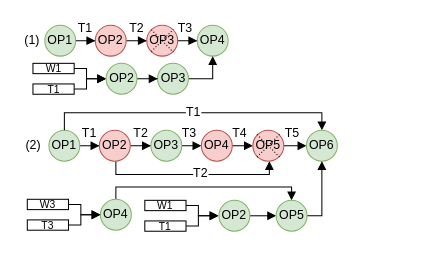
Above: fig/recovery.drawio in icszhr/NCheck (draw.io), before the change. Source tidied: cells renumbered, new cells numbered last; positions are measured from the earlier drawing's top-left corner, leaving out a move shared by most shapes. Both pictures are drawn from the tidied source at 103%, with x=0, y=0 at pixel (18, 18).
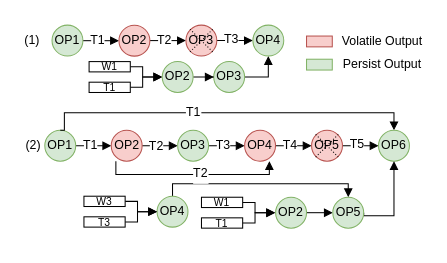
After the change.

Diff of the diagram source:
```diff
@@
-    <mxCell id="2" style="edgeStyle=orthogonalEdgeStyle;rounded=0;jettySize=auto;html=1;entryX=0;entryY=0.5;entryDx=0;entryDy=0;endArrow=block;endFill=1;" parent="1" edge="1" source="3" target="5">
-      <mxGeometry relative="1" as="geometry" />
-    </mxCell>
-    <mxCell id="3" value="OP1" style="ellipse;whiteSpace=wrap;html=1;fillColor=#d5e8d4;strokeColor=#82b366;" parent="1" vertex="1">
-      <mxGeometry x="26" y="7" width="30" height="30" as="geometry" />
-    </mxCell>
-    <mxCell id="4" style="edgeStyle=orthogonalEdgeStyle;rounded=0;jettySize=auto;html=1;entryX=0;entryY=0.5;entryDx=0;entryDy=0;endArrow=block;endFill=1;" parent="1" edge="1" source="5" target="7">
-      <mxGeometry relative="1" as="geometry" />
-    </mxCell>
-    <mxCell id="5" value="OP2" style="ellipse;whiteSpace=wrap;html=1;fillColor=#f8cecc;strokeColor=#b85450;" parent="1" vertex="1">
-      <mxGeometry x="75" y="7" width="30" height="30" as="geometry" />
-    </mxCell>
-    <mxCell id="6" style="edgeStyle=orthogonalEdgeStyle;rounded=0;jettySize=auto;html=1;entryX=0;entryY=0.5;entryDx=0;entryDy=0;endArrow=block;endFill=1;" parent="1" edge="1" source="7" target="8">
-      <mxGeometry relative="1" as="geometry" />
-    </mxCell>
-    <mxCell id="7" value="OP3" style="ellipse;whiteSpace=wrap;html=1;fillColor=#f8cecc;strokeColor=#b85450;" parent="1" vertex="1">
-      <mxGeometry x="125" y="7" width="30" height="30" as="geometry" />
-    </mxCell>
-    <mxCell id="8" value="OP4" style="ellipse;whiteSpace=wrap;html=1;fillColor=#d5e8d4;strokeColor=#82b366;" parent="1" vertex="1">
-      <mxGeometry x="174" y="7" width="30" height="30" as="geometry" />
-    </mxCell>
@@
     <mxCell id="10" value="OP3" style="ellipse;whiteSpace=wrap;html=1;fillColor=#d5e8d4;strokeColor=#82b366;" parent="1" vertex="1">
-      <mxGeometry x="135.5" y="44" width="30" height="30" as="geometry" />
+      <mxGeometry x="190" y="42.3" width="30" height="30" as="geometry" />
     </mxCell>
-    <mxCell id="11" style="rounded=0;orthogonalLoop=1;jettySize=auto;html=1;exitX=0;exitY=0;exitDx=0;exitDy=0;entryX=0.86;entryY=0.868;entryDx=0;entryDy=0;strokeWidth=1;dashed=1;endArrow=none;endFill=0;dashPattern=1 2;entryPerimeter=0;" parent="1" edge="1" source="7" target="7">
-      <mxGeometry relative="1" as="geometry" />
-    </mxCell>
-    <mxCell id="12" style="rounded=0;orthogonalLoop=1;jettySize=auto;html=1;exitX=0;exitY=1;exitDx=0;exitDy=0;entryX=0.859;entryY=0.132;entryDx=0;entryDy=0;dashed=1;endArrow=none;endFill=0;dashPattern=1 2;entryPerimeter=0;" parent="1" edge="1" source="7" target="7">
-      <mxGeometry relative="1" as="geometry" />
-    </mxCell>
-    <mxCell id="13" value="T1" style="text;html=1;align=center;verticalAlign=middle;whiteSpace=wrap;rounded=0;" parent="1" vertex="1">
-      <mxGeometry x="50" width="31" height="20" as="geometry" />
-    </mxCell>
-    <mxCell id="14" value="T2" style="text;html=1;align=center;verticalAlign=middle;whiteSpace=wrap;rounded=0;" parent="1" vertex="1">
-      <mxGeometry x="100" width="31" height="20" as="geometry" />
-    </mxCell>
-    <mxCell id="15" value="T3" style="text;html=1;align=center;verticalAlign=middle;whiteSpace=wrap;rounded=0;" parent="1" vertex="1">
-      <mxGeometry x="147" width="31" height="20" as="geometry" />
-    </mxCell>
     <mxCell id="16" style="edgeStyle=orthogonalEdgeStyle;rounded=0;jettySize=auto;html=1;entryX=0;entryY=0.5;entryDx=0;entryDy=0;endArrow=block;endFill=1;" parent="1" edge="1" source="17">
       <mxGeometry relative="1" as="geometry">
-        <mxPoint x="85.5" y="59" as="targetPoint" />
+        <mxPoint x="140" y="57.3" as="targetPoint" />
         <Array as="points">
-          <mxPoint x="66.5" y="49" />
-          <mxPoint x="66.5" y="59" />
+          <mxPoint x="121" y="47.3" />
+          <mxPoint x="121" y="57.3" />
         </Array>
       </mxGeometry>
     </mxCell>
     <mxCell id="17" value="&lt;p style=&quot;line-height: 100%;&quot;&gt;&lt;font style=&quot;font-size: 10px;&quot;&gt;W1&lt;/font&gt;&lt;/p&gt;" style="rounded=0;whiteSpace=wrap;html=1;align=center;" parent="1" vertex="1">
-      <mxGeometry x="14.5" y="44" width="40" height="10" as="geometry" />
+      <mxGeometry x="69" y="42.3" width="40" height="10" as="geometry" />
     </mxCell>
     <mxCell id="18" style="edgeStyle=orthogonalEdgeStyle;rounded=0;jettySize=auto;html=1;entryX=0;entryY=0.5;entryDx=0;entryDy=0;endArrow=block;endFill=1;" parent="1" edge="1" source="19">
       <mxGeometry relative="1" as="geometry">
-        <mxPoint x="85.5" y="59" as="targetPoint" />
+        <mxPoint x="140" y="57.3" as="targetPoint" />
         <Array as="points">
-          <mxPoint x="66.5" y="69" />
-          <mxPoint x="66.5" y="59" />
+          <mxPoint x="121" y="67.3" />
+          <mxPoint x="121" y="57.3" />
         </Array>
       </mxGeometry>
     </mxCell>
     <mxCell id="19" value="&lt;p style=&quot;line-height: 100%;&quot;&gt;&lt;font style=&quot;font-size: 10px;&quot;&gt;T1&lt;/font&gt;&lt;/p&gt;" style="rounded=0;whiteSpace=wrap;html=1;" parent="1" vertex="1">
-      <mxGeometry x="14.5" y="64" width="40" height="10" as="geometry" />
+      <mxGeometry x="69" y="62.3" width="40" height="10" as="geometry" />
     </mxCell>
@@
     <mxCell id="21" value="OP1" style="ellipse;whiteSpace=wrap;html=1;fillColor=#d5e8d4;strokeColor=#82b366;" parent="1" vertex="1">
-      <mxGeometry x="30" y="109" width="30" height="30" as="geometry" />
+      <mxGeometry x="26" y="109" width="30" height="30" as="geometry" />
     </mxCell>
@@
     <mxCell id="24" value="OP2" style="ellipse;whiteSpace=wrap;html=1;fillColor=#f8cecc;strokeColor=#b85450;" parent="1" vertex="1">
-      <mxGeometry x="79" y="109" width="30" height="30" as="geometry" />
+      <mxGeometry x="90.5" y="109" width="30" height="30" as="geometry" />
     </mxCell>
@@
     <mxCell id="26" style="edgeStyle=orthogonalEdgeStyle;rounded=0;jettySize=auto;html=1;entryX=0.5;entryY=0;entryDx=0;entryDy=0;exitX=0.5;exitY=0;exitDx=0;exitDy=0;endArrow=block;endFill=1;" parent="1" edge="1" source="21" target="48">
       <mxGeometry relative="1" as="geometry">
         <Array as="points">
           <mxPoint x="45" y="92" />
-          <mxPoint x="295" y="92" />
+          <mxPoint x="365" y="92" />
         </Array>
       </mxGeometry>
     </mxCell>
     <mxCell id="27" value="OP3" style="ellipse;whiteSpace=wrap;html=1;fillColor=#d5e8d4;strokeColor=#82b366;" parent="1" vertex="1">
-      <mxGeometry x="129" y="109" width="30" height="30" as="geometry" />
+      <mxGeometry x="155" y="109" width="30" height="30" as="geometry" />
     </mxCell>
@@
     <mxCell id="29" value="OP4" style="ellipse;whiteSpace=wrap;html=1;fillColor=#f8cecc;strokeColor=#b85450;" parent="1" vertex="1">
-      <mxGeometry x="178" y="109" width="30" height="30" as="geometry" />
+      <mxGeometry x="220" y="109" width="30" height="30" as="geometry" />
     </mxCell>
     <mxCell id="30" style="edgeStyle=orthogonalEdgeStyle;rounded=0;jettySize=auto;html=1;entryX=0.5;entryY=0;entryDx=0;entryDy=0;endArrow=block;endFill=1;exitX=0.5;exitY=0;exitDx=0;exitDy=0;" parent="1" edge="1" source="31" target="59">
       <mxGeometry relative="1" as="geometry">
         <Array as="points">
-          <mxPoint x="95" y="164" />
-          <mxPoint x="266" y="164" />
+          <mxPoint x="150" y="161" />
+          <mxPoint x="321" y="161" />
         </Array>
       </mxGeometry>
     </mxCell>
     <mxCell id="31" value="OP4" style="ellipse;whiteSpace=wrap;html=1;fillColor=#d5e8d4;strokeColor=#82b366;" parent="1" vertex="1">
-      <mxGeometry x="80" y="176" width="30" height="30" as="geometry" />
+      <mxGeometry x="135" y="173" width="30" height="30" as="geometry" />
     </mxCell>
-    <mxCell id="32" value="T1" style="text;html=1;align=center;verticalAlign=middle;whiteSpace=wrap;rounded=0;" parent="1" vertex="1">
-      <mxGeometry x="54" y="102" width="31" height="20" as="geometry" />
-    </mxCell>
-    <mxCell id="33" value="T2" style="text;html=1;align=center;verticalAlign=middle;whiteSpace=wrap;rounded=0;" parent="1" vertex="1">
-      <mxGeometry x="104" y="102" width="31" height="20" as="geometry" />
-    </mxCell>
-    <mxCell id="34" value="T3" style="text;html=1;align=center;verticalAlign=middle;whiteSpace=wrap;rounded=0;" parent="1" vertex="1">
-      <mxGeometry x="151" y="102" width="31" height="20" as="geometry" />
-    </mxCell>
     <mxCell id="35" style="edgeStyle=orthogonalEdgeStyle;rounded=0;jettySize=auto;html=1;entryX=0;entryY=0.5;entryDx=0;entryDy=0;endArrow=block;endFill=1;" parent="1" edge="1" source="36" target="31">
       <mxGeometry relative="1" as="geometry">
         <Array as="points">
-          <mxPoint x="61" y="181" />
-          <mxPoint x="61" y="191" />
+          <mxPoint x="116" y="178" />
+          <mxPoint x="116" y="188" />
         </Array>
       </mxGeometry>
     </mxCell>
     <mxCell id="36" value="&lt;p style=&quot;line-height: 100%;&quot;&gt;&lt;font style=&quot;font-size: 10px;&quot;&gt;W3&lt;/font&gt;&lt;/p&gt;" style="rounded=0;whiteSpace=wrap;html=1;" parent="1" vertex="1">
-      <mxGeometry x="9" y="176" width="40" height="10" as="geometry" />
+      <mxGeometry x="64" y="173" width="40" height="10" as="geometry" />
     </mxCell>
     <mxCell id="37" style="edgeStyle=orthogonalEdgeStyle;rounded=0;jettySize=auto;html=1;entryX=0;entryY=0.5;entryDx=0;entryDy=0;endArrow=block;endFill=1;" parent="1" edge="1" source="38" target="31">
       <mxGeometry relative="1" as="geometry">
         <Array as="points">
-          <mxPoint x="61" y="201" />
-          <mxPoint x="61" y="191" />
+          <mxPoint x="116" y="198" />
+          <mxPoint x="116" y="188" />
         </Array>
       </mxGeometry>
     </mxCell>
     <mxCell id="38" value="&lt;p style=&quot;line-height: 100%;&quot;&gt;&lt;font style=&quot;font-size: 10px;&quot;&gt;T3&lt;/font&gt;&lt;/p&gt;" style="rounded=0;whiteSpace=wrap;html=1;" parent="1" vertex="1">
-      <mxGeometry x="9" y="196" width="40" height="10" as="geometry" />
+      <mxGeometry x="64" y="193" width="40" height="10" as="geometry" />
     </mxCell>
@@
     <mxCell id="42" value="OP2" style="ellipse;whiteSpace=wrap;html=1;fillColor=#d5e8d4;strokeColor=#82b366;" parent="1" vertex="1">
-      <mxGeometry x="85.5" y="44" width="30" height="30" as="geometry" />
+      <mxGeometry x="140" y="42.3" width="30" height="30" as="geometry" />
     </mxCell>
-    <mxCell id="43" style="edgeStyle=orthogonalEdgeStyle;rounded=0;jettySize=auto;html=1;endArrow=block;endFill=1;" parent="1" edge="1" source="44">
-      <mxGeometry relative="1" as="geometry">
-        <mxPoint x="280" y="124" as="targetPoint" />
-      </mxGeometry>
+    <mxCell id="43" style="edgeStyle=orthogonalEdgeStyle;rounded=0;jettySize=auto;html=1;endArrow=block;endFill=1;entryX=0;entryY=0.5;entryDx=0;entryDy=0;" parent="1" edge="1" source="44" target="48">
+      <mxGeometry relative="1" as="geometry" />
     </mxCell>
     <mxCell id="44" value="OP5" style="ellipse;whiteSpace=wrap;html=1;fillColor=#f8cecc;strokeColor=#b85450;" parent="1" vertex="1">
-      <mxGeometry x="228" y="109" width="30" height="30" as="geometry" />
+      <mxGeometry x="285" y="109" width="30" height="30" as="geometry" />
     </mxCell>
-    <mxCell id="45" value="T4" style="text;html=1;align=center;verticalAlign=middle;whiteSpace=wrap;rounded=0;" parent="1" vertex="1">
-      <mxGeometry x="200" y="102" width="31" height="20" as="geometry" />
-    </mxCell>
     <mxCell id="46" style="rounded=0;orthogonalLoop=1;jettySize=auto;html=1;exitX=0;exitY=0;exitDx=0;exitDy=0;entryX=0.86;entryY=0.868;entryDx=0;entryDy=0;strokeWidth=1;dashed=1;endArrow=none;endFill=0;dashPattern=1 2;entryPerimeter=0;" parent="1" edge="1">
       <mxGeometry relative="1" as="geometry">
-        <mxPoint x="232" y="113" as="sourcePoint" />
-        <mxPoint x="254" y="135" as="targetPoint" />
+        <mxPoint x="289" y="113" as="sourcePoint" />
+        <mxPoint x="311" y="135" as="targetPoint" />
       </mxGeometry>
     </mxCell>
     <mxCell id="47" style="rounded=0;orthogonalLoop=1;jettySize=auto;html=1;exitX=0;exitY=1;exitDx=0;exitDy=0;entryX=0.859;entryY=0.132;entryDx=0;entryDy=0;dashed=1;endArrow=none;endFill=0;dashPattern=1 2;entryPerimeter=0;" parent="1" edge="1">
       <mxGeometry relative="1" as="geometry">
-        <mxPoint x="232" y="135" as="sourcePoint" />
-        <mxPoint x="254" y="113" as="targetPoint" />
+        <mxPoint x="289" y="135" as="sourcePoint" />
+        <mxPoint x="311" y="113" as="targetPoint" />
       </mxGeometry>
     </mxCell>
     <mxCell id="48" value="OP6" style="ellipse;whiteSpace=wrap;html=1;fillColor=#d5e8d4;strokeColor=#82b366;" parent="1" vertex="1">
-      <mxGeometry x="280" y="109" width="30" height="30" as="geometry" />
+      <mxGeometry x="350" y="109" width="30" height="30" as="geometry" />
     </mxCell>
@@
-    <mxCell id="51" value="T5" style="text;html=1;align=center;verticalAlign=middle;whiteSpace=wrap;rounded=0;" parent="1" vertex="1">
-      <mxGeometry x="251" y="102" width="31" height="20" as="geometry" />
+    <mxCell id="51" value="T5" style="text;html=1;align=center;verticalAlign=middle;whiteSpace=wrap;rounded=0;fillColor=default;" parent="1" vertex="1">
+      <mxGeometry x="323" y="113" width="13" height="20" as="geometry" />
     </mxCell>
     <mxCell id="52" style="edgeStyle=orthogonalEdgeStyle;rounded=0;jettySize=auto;html=1;entryX=0;entryY=0.5;entryDx=0;entryDy=0;endArrow=block;endFill=1;" parent="1" edge="1" source="53">
       <mxGeometry relative="1" as="geometry">
-        <mxPoint x="194.6" y="192" as="targetPoint" />
+        <mxPoint x="249.6" y="189" as="targetPoint" />
         <Array as="points">
-          <mxPoint x="175.1" y="182" />
-          <mxPoint x="175.1" y="192" />
+          <mxPoint x="230.1" y="179" />
+          <mxPoint x="230.1" y="189" />
         </Array>
       </mxGeometry>
     </mxCell>
     <mxCell id="53" value="&lt;p style=&quot;line-height: 100%;&quot;&gt;&lt;font style=&quot;font-size: 10px;&quot;&gt;W1&lt;/font&gt;&lt;/p&gt;" style="rounded=0;whiteSpace=wrap;html=1;" parent="1" vertex="1">
-      <mxGeometry x="123.1" y="177" width="40" height="10" as="geometry" />
+      <mxGeometry x="178.1" y="174" width="40" height="10" as="geometry" />
     </mxCell>
     <mxCell id="54" style="edgeStyle=orthogonalEdgeStyle;rounded=0;jettySize=auto;html=1;entryX=0;entryY=0.5;entryDx=0;entryDy=0;endArrow=block;endFill=1;" parent="1" edge="1" source="55">
       <mxGeometry relative="1" as="geometry">
-        <mxPoint x="194.6" y="192" as="targetPoint" />
+        <mxPoint x="249.6" y="189" as="targetPoint" />
         <Array as="points">
-          <mxPoint x="175.1" y="202" />
-          <mxPoint x="175.1" y="192" />
+          <mxPoint x="230.1" y="199" />
+          <mxPoint x="230.1" y="189" />
         </Array>
       </mxGeometry>
     </mxCell>
     <mxCell id="55" value="&lt;p style=&quot;line-height: 100%;&quot;&gt;&lt;font style=&quot;font-size: 10px;&quot;&gt;T1&lt;/font&gt;&lt;/p&gt;" style="rounded=0;whiteSpace=wrap;html=1;" parent="1" vertex="1">
-      <mxGeometry x="123.1" y="197" width="40" height="10" as="geometry" />
+      <mxGeometry x="178.1" y="194" width="40" height="10" as="geometry" />
     </mxCell>
@@
     <mxCell id="57" value="OP2" style="ellipse;whiteSpace=wrap;html=1;fillColor=#d5e8d4;strokeColor=#82b366;" parent="1" vertex="1">
-      <mxGeometry x="195.1" y="177" width="30" height="30" as="geometry" />
+      <mxGeometry x="250.1" y="174" width="30" height="30" as="geometry" />
     </mxCell>
     <mxCell id="58" style="edgeStyle=orthogonalEdgeStyle;rounded=0;jettySize=auto;html=1;entryX=0.5;entryY=1;entryDx=0;entryDy=0;endArrow=block;endFill=1;exitX=1;exitY=0.5;exitDx=0;exitDy=0;" parent="1" edge="1" source="59" target="48">
       <mxGeometry relative="1" as="geometry">
         <Array as="points">
-          <mxPoint x="295" y="192" />
+          <mxPoint x="365" y="192" />
         </Array>
       </mxGeometry>
     </mxCell>
     <mxCell id="59" value="OP5" style="ellipse;whiteSpace=wrap;html=1;fillColor=#d5e8d4;strokeColor=#82b366;" parent="1" vertex="1">
-      <mxGeometry x="250.6" y="177" width="30" height="30" as="geometry" />
+      <mxGeometry x="305.6" y="174" width="30" height="30" as="geometry" />
     </mxCell>
+    <mxCell id="60" style="rounded=0;whiteSpace=wrap;html=1;fillColor=#f8cecc;strokeColor=#b85450;" parent="1" vertex="1">
+      <mxGeometry x="280.1" y="17.5" width="25" height="10.5" as="geometry" />
+    </mxCell>
+    <mxCell id="61" style="rounded=0;whiteSpace=wrap;html=1;fillColor=#d5e8d4;strokeColor=#82b366;" parent="1" vertex="1">
+      <mxGeometry x="280.1" y="40" width="25" height="10.5" as="geometry" />
+    </mxCell>
+    <mxCell id="62" value="Volatile Output&amp;nbsp;" style="text;html=1;align=center;verticalAlign=middle;whiteSpace=wrap;rounded=0;" parent="1" vertex="1">
+      <mxGeometry x="312.1" y="15.8" width="87" height="14" as="geometry" />
+    </mxCell>
+    <mxCell id="63" value="Persist Output&amp;nbsp;" style="text;html=1;align=center;verticalAlign=middle;whiteSpace=wrap;rounded=0;" parent="1" vertex="1">
+      <mxGeometry x="312.1" y="38.3" width="87" height="14" as="geometry" />
+    </mxCell>
+    <mxCell id="45" value="T4" style="text;html=1;align=center;verticalAlign=middle;whiteSpace=wrap;rounded=0;fillColor=default;" parent="1" vertex="1">
+      <mxGeometry x="258" y="114" width="13" height="20" as="geometry" />
+    </mxCell>
+    <mxCell id="64" value="T3" style="text;html=1;align=center;verticalAlign=middle;whiteSpace=wrap;rounded=0;fillColor=default;" parent="1" vertex="1">
+      <mxGeometry x="193" y="114" width="13" height="20" as="geometry" />
+    </mxCell>
+    <mxCell id="65" value="T2" style="text;html=1;align=center;verticalAlign=middle;whiteSpace=wrap;rounded=0;fillColor=default;" parent="1" vertex="1">
+      <mxGeometry x="128" y="115" width="13" height="20" as="geometry" />
+    </mxCell>
+    <mxCell id="66" value="T1" style="text;html=1;align=center;verticalAlign=middle;whiteSpace=wrap;rounded=0;fillColor=default;" parent="1" vertex="1">
+      <mxGeometry x="64" y="114" width="13" height="20" as="geometry" />
+    </mxCell>
+    <mxCell id="2" style="edgeStyle=orthogonalEdgeStyle;rounded=0;jettySize=auto;html=1;entryX=0;entryY=0.5;entryDx=0;entryDy=0;endArrow=block;endFill=1;" parent="1" edge="1" source="3" target="5">
+      <mxGeometry relative="1" as="geometry">
+        <Array as="points">
+          <mxPoint x="48" y="22" />
+          <mxPoint x="48" y="22" />
+        </Array>
+      </mxGeometry>
+    </mxCell>
+    <mxCell id="3" value="OP1" style="ellipse;whiteSpace=wrap;html=1;fillColor=#d5e8d4;strokeColor=#82b366;" parent="1" vertex="1">
+      <mxGeometry x="33" y="6.9" width="30" height="30" as="geometry" />
+    </mxCell>
+    <mxCell id="4" style="edgeStyle=orthogonalEdgeStyle;rounded=0;jettySize=auto;html=1;entryX=0;entryY=0.5;entryDx=0;entryDy=0;endArrow=block;endFill=1;" parent="1" edge="1" source="5" target="7">
+      <mxGeometry relative="1" as="geometry">
+        <Array as="points">
+          <mxPoint x="106" y="22" />
+        </Array>
+      </mxGeometry>
+    </mxCell>
+    <mxCell id="5" value="OP2" style="ellipse;whiteSpace=wrap;html=1;fillColor=#f8cecc;strokeColor=#b85450;" parent="1" vertex="1">
+      <mxGeometry x="98" y="7" width="30" height="30" as="geometry" />
+    </mxCell>
+    <mxCell id="6" style="edgeStyle=orthogonalEdgeStyle;rounded=0;jettySize=auto;html=1;endArrow=block;endFill=1;entryX=0;entryY=0.5;entryDx=0;entryDy=0;" parent="1" edge="1" source="7" target="8">
+      <mxGeometry relative="1" as="geometry" />
+    </mxCell>
+    <mxCell id="7" value="OP3" style="ellipse;whiteSpace=wrap;html=1;fillColor=#f8cecc;strokeColor=#b85450;" parent="1" vertex="1">
+      <mxGeometry x="163" y="6.9" width="30" height="30" as="geometry" />
+    </mxCell>
+    <mxCell id="67" style="rounded=0;orthogonalLoop=1;jettySize=auto;html=1;exitX=0;exitY=0;exitDx=0;exitDy=0;entryX=0.86;entryY=0.868;entryDx=0;entryDy=0;strokeWidth=1;dashed=1;endArrow=none;endFill=0;dashPattern=1 2;entryPerimeter=0;" parent="1" edge="1">
+      <mxGeometry relative="1" as="geometry">
+        <mxPoint x="167" y="10.9" as="sourcePoint" />
+        <mxPoint x="189" y="32.9" as="targetPoint" />
+      </mxGeometry>
+    </mxCell>
+    <mxCell id="68" style="rounded=0;orthogonalLoop=1;jettySize=auto;html=1;exitX=0;exitY=1;exitDx=0;exitDy=0;entryX=0.859;entryY=0.132;entryDx=0;entryDy=0;dashed=1;endArrow=none;endFill=0;dashPattern=1 2;entryPerimeter=0;" parent="1" edge="1">
+      <mxGeometry relative="1" as="geometry">
+        <mxPoint x="167" y="32.9" as="sourcePoint" />
+        <mxPoint x="189" y="10.9" as="targetPoint" />
+      </mxGeometry>
+    </mxCell>
+    <mxCell id="8" value="OP4" style="ellipse;whiteSpace=wrap;html=1;fillColor=#d5e8d4;strokeColor=#82b366;" parent="1" vertex="1">
+      <mxGeometry x="228" y="6.9" width="30" height="30" as="geometry" />
+    </mxCell>
+    <mxCell id="69" value="T3" style="text;html=1;align=center;verticalAlign=middle;whiteSpace=wrap;rounded=0;fillColor=default;" parent="1" vertex="1">
+      <mxGeometry x="201" y="10.9" width="13" height="20" as="geometry" />
+    </mxCell>
+    <mxCell id="70" value="T2" style="text;html=1;align=center;verticalAlign=middle;whiteSpace=wrap;rounded=0;fillColor=default;" parent="1" vertex="1">
+      <mxGeometry x="136" y="11.9" width="13" height="20" as="geometry" />
+    </mxCell>
+    <mxCell id="71" value="T1" style="text;html=1;align=center;verticalAlign=middle;whiteSpace=wrap;rounded=0;fillColor=default;" parent="1" vertex="1">
+      <mxGeometry x="71" y="12" width="13" height="20" as="geometry" />
+    </mxCell>
```
